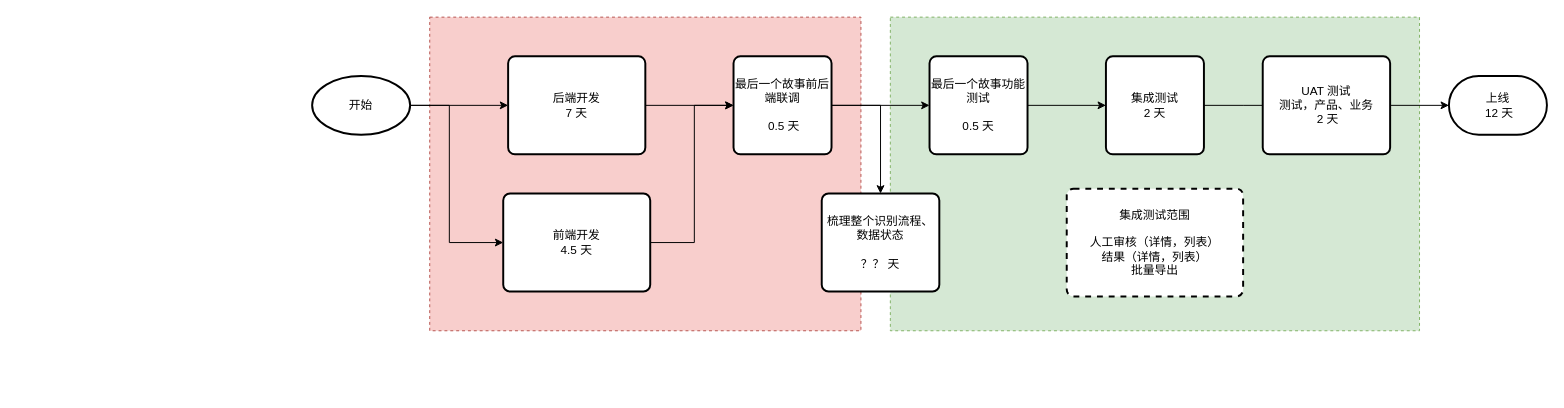
The draw.io diagram page "图像中台S12-关键路径" (7 of 8) of ImageRecognizeSprintPath.drawio in xiaofeng1986/drawIO, before the edit. Source tidied: cells renumbered, new cells numbered last; positions are measured from the earlier drawing's top-left corner, leaving out a move shared by most shapes. Both pictures are drawn from the tidied source at 98%, with x=0, y=0 at pixel (18, 17).
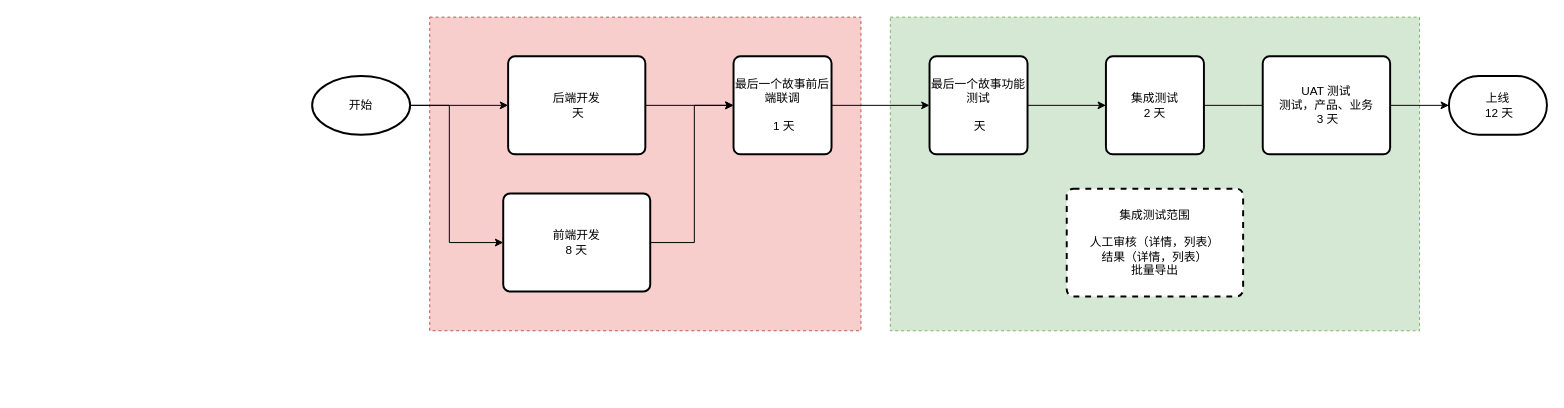
Above is the later version.

Change to the diagram source:
```diff
@@
-    <mxCell id="6" value="后端开发&lt;br&gt;7 天" style="rounded=1;whiteSpace=wrap;html=1;absoluteArcSize=1;arcSize=14;strokeWidth=2;" parent="1" vertex="1">
+    <mxCell id="6" value="后端开发&lt;br&gt;&amp;nbsp;天" style="rounded=1;whiteSpace=wrap;html=1;absoluteArcSize=1;arcSize=14;strokeWidth=2;" parent="1" vertex="1">
       <mxGeometry x="500" y="40" width="140" height="100" as="geometry" />
     </mxCell>
@@
-    <mxCell id="9" style="edgeStyle=orthogonalEdgeStyle;rounded=0;jettySize=auto;html=1;entryX=0.5;entryY=0;entryDx=0;entryDy=0;" parent="1" edge="1" source="10" target="11">
-      <mxGeometry relative="1" as="geometry">
-        <Array as="points">
-          <mxPoint x="880" y="90" />
-        </Array>
-      </mxGeometry>
-    </mxCell>
-    <mxCell id="10" value="最后一个故事前后端联调&lt;br&gt;&lt;br&gt;&amp;nbsp;0.5 天" style="rounded=1;whiteSpace=wrap;html=1;absoluteArcSize=1;arcSize=14;strokeWidth=2;" parent="1" vertex="1">
+    <mxCell id="10" value="最后一个故事前后端联调&lt;br&gt;&lt;br&gt;&amp;nbsp;1 天" style="rounded=1;whiteSpace=wrap;html=1;absoluteArcSize=1;arcSize=14;strokeWidth=2;" parent="1" vertex="1">
       <mxGeometry x="730" y="40" width="100" height="100" as="geometry" />
     </mxCell>
-    <mxCell id="11" value="&lt;span style=&quot;font-family: &amp;#34;pingfang sc&amp;#34; , &amp;#34;helvetica&amp;#34; , &amp;#34;tahoma&amp;#34; , &amp;#34;arial&amp;#34; , &amp;#34;hiragino sans gb&amp;#34; , &amp;#34;microsoft yahei&amp;#34; , &amp;#34;simsun&amp;#34; , &amp;#34;heiti&amp;#34; , sans-serif ; text-align: left ; white-space: pre-wrap ; background-color: rgb(255 , 255 , 255)&quot;&gt;梳理整个识别流程、数据状态&lt;/span&gt;&lt;br&gt;&lt;br&gt;？？ 天" style="rounded=1;whiteSpace=wrap;html=1;absoluteArcSize=1;arcSize=14;strokeWidth=2;" parent="1" vertex="1">
-      <mxGeometry x="820" y="180" width="120" height="100" as="geometry" />
-    </mxCell>
@@
-    <mxCell id="13" value="最后一个故事功能测试&lt;br&gt;&lt;br&gt;0.5 天" style="rounded=1;whiteSpace=wrap;html=1;absoluteArcSize=1;arcSize=14;strokeWidth=2;" parent="1" vertex="1">
+    <mxCell id="13" value="最后一个故事功能测试&lt;br&gt;&lt;br&gt;&amp;nbsp;天" style="rounded=1;whiteSpace=wrap;html=1;absoluteArcSize=1;arcSize=14;strokeWidth=2;" parent="1" vertex="1">
       <mxGeometry x="930" y="40" width="100" height="100" as="geometry" />
     </mxCell>
@@
-    <mxCell id="17" value="前端开发&lt;br&gt;4.5 天" style="rounded=1;whiteSpace=wrap;html=1;absoluteArcSize=1;arcSize=14;strokeWidth=2;" parent="1" vertex="1">
+    <mxCell id="17" value="前端开发&lt;br&gt;8 天" style="rounded=1;whiteSpace=wrap;html=1;absoluteArcSize=1;arcSize=14;strokeWidth=2;" parent="1" vertex="1">
       <mxGeometry x="495" y="180" width="150" height="100" as="geometry" />
     </mxCell>
@@
-    <mxCell id="23" value="UAT 测试&lt;br&gt;测试，产品、业务&lt;br&gt;&amp;nbsp;2 天" style="rounded=1;whiteSpace=wrap;html=1;absoluteArcSize=1;arcSize=14;strokeWidth=2;" parent="1" vertex="1">
+    <mxCell id="23" value="UAT 测试&lt;br&gt;测试，产品、业务&lt;br&gt;&amp;nbsp;3 天" style="rounded=1;whiteSpace=wrap;html=1;absoluteArcSize=1;arcSize=14;strokeWidth=2;" parent="1" vertex="1">
       <mxGeometry x="1270" y="40" width="130" height="100" as="geometry" />
     </mxCell>
```
